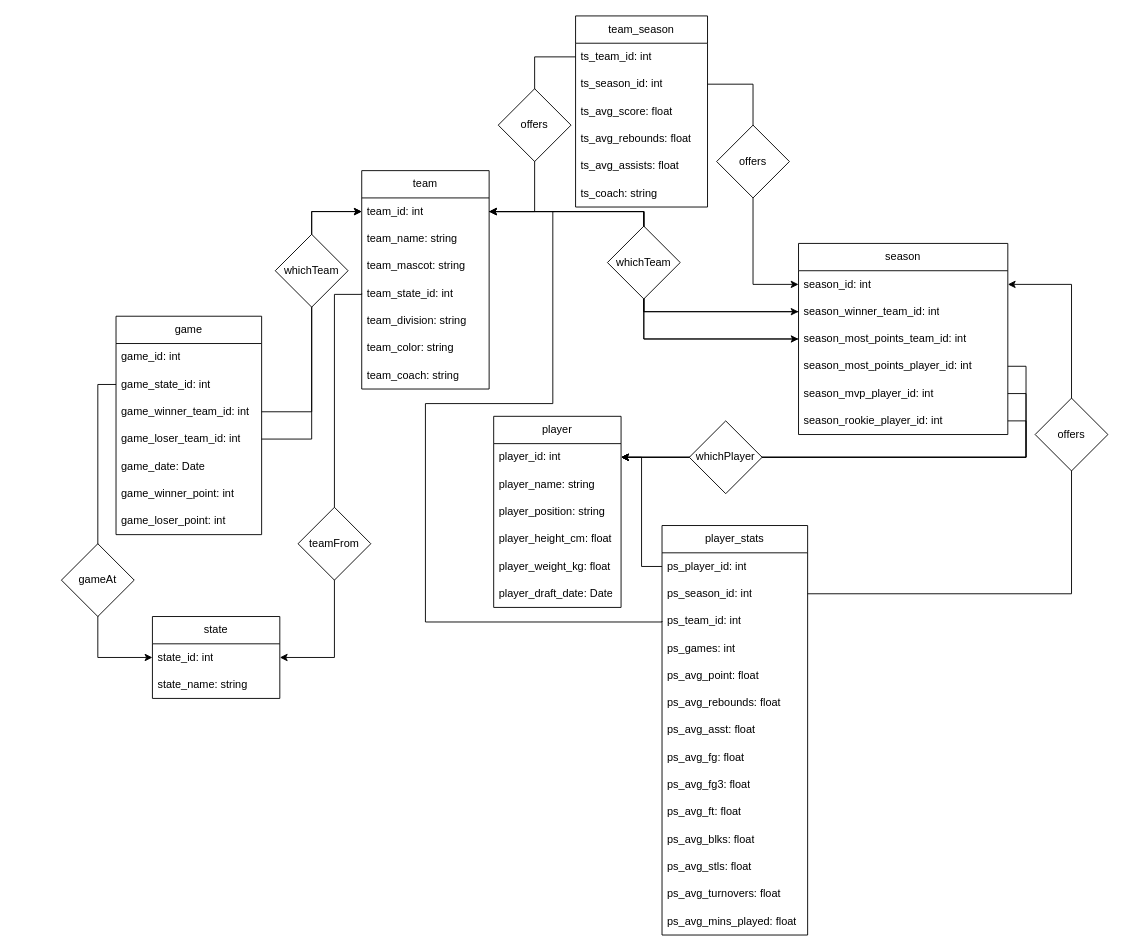
Earlier version of the draw.io diagram er_diagram.drawio (Fin-NewWin/cse111-project). Source tidied: cells renumbered, new cells numbered last; positions are measured from the earlier drawing's top-left corner, leaving out a move shared by most shapes. Both pictures are drawn from the tidied source at 91%, with x=0, y=0 at pixel (61, 15).
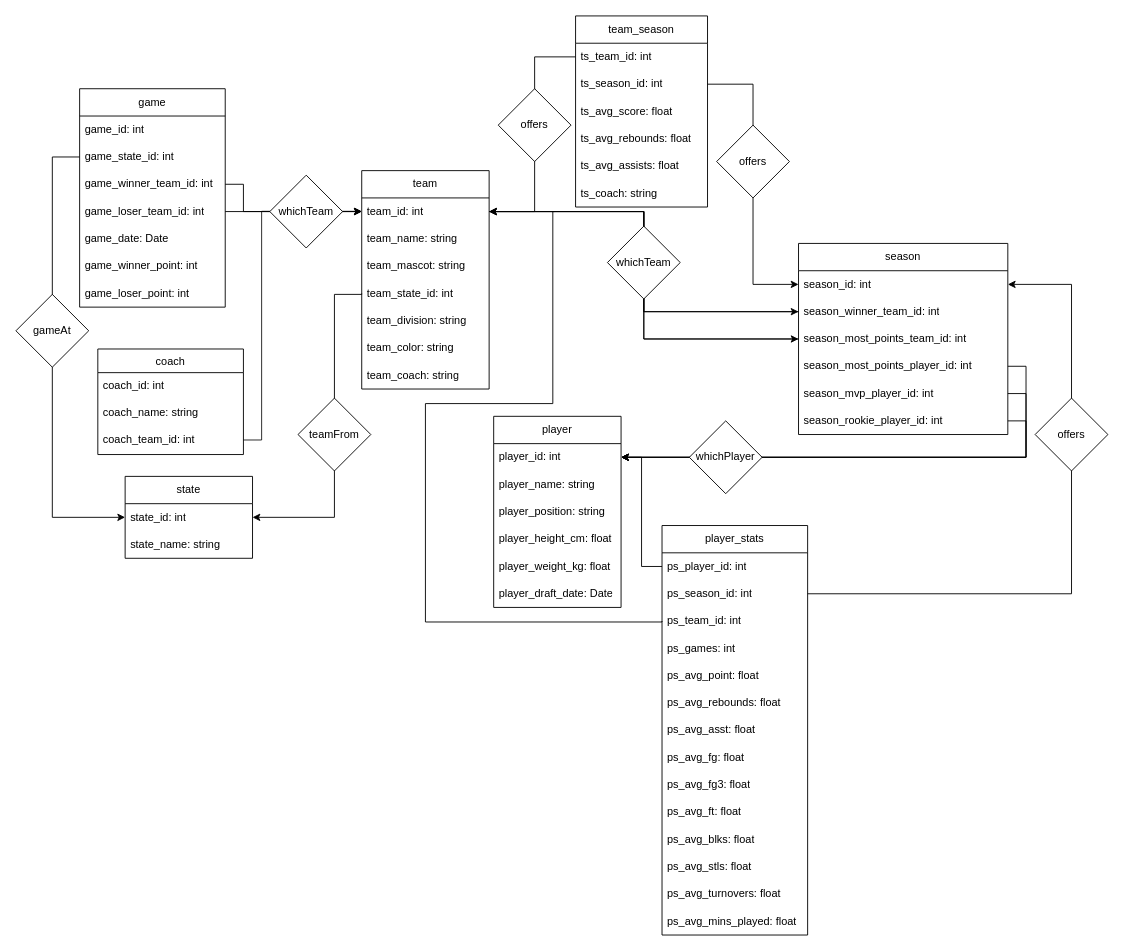
The same diagram, later.

Unchanged cells that the change refers to:
```xml
<mxCell id="3" value="team_id: int" style="text;strokeColor=none;fillColor=none;align=left;verticalAlign=middle;spacingLeft=4;spacingRight=4;overflow=hidden;points=[[0,0.5],[1,0.5]];portConstraint=eastwest;whiteSpace=wrap;html=1;" parent="2" vertex="1">
  <mxGeometry y="30" width="140" height="30" as="geometry" />
</mxCell>
<mxCell id="6" value="team_state_id: int" style="text;strokeColor=none;fillColor=none;align=left;verticalAlign=middle;spacingLeft=4;spacingRight=4;overflow=hidden;points=[[0,0.5],[1,0.5]];portConstraint=eastwest;whiteSpace=wrap;html=1;" parent="2" vertex="1">
  <mxGeometry y="120" width="140" height="30" as="geometry" />
</mxCell>
<mxCell id="19" value="game_state_id: int" style="text;strokeColor=none;fillColor=none;align=left;verticalAlign=middle;spacingLeft=4;spacingRight=4;overflow=hidden;points=[[0,0.5],[1,0.5]];portConstraint=eastwest;whiteSpace=wrap;html=1;" parent="17" vertex="1">
  <mxGeometry y="60" width="160" height="30" as="geometry" />
</mxCell>
<mxCell id="20" value="game_winner_team_id: int" style="text;strokeColor=none;fillColor=none;align=left;verticalAlign=middle;spacingLeft=4;spacingRight=4;overflow=hidden;points=[[0,0.5],[1,0.5]];portConstraint=eastwest;whiteSpace=wrap;html=1;" parent="17" vertex="1">
  <mxGeometry y="90" width="160" height="30" as="geometry" />
</mxCell>
<mxCell id="51" value="state_id: int" style="text;strokeColor=none;fillColor=none;align=left;verticalAlign=middle;spacingLeft=4;spacingRight=4;overflow=hidden;points=[[0,0.5],[1,0.5]];portConstraint=eastwest;whiteSpace=wrap;html=1;" parent="50" vertex="1">
  <mxGeometry y="30" width="140" height="30" as="geometry" />
</mxCell>
```

Diff of the diagram source:
```diff
@@
     <mxCell id="17" value="game" style="swimlane;fontStyle=0;horizontal=1;startSize=30;whiteSpace=wrap;html=1;" parent="1" vertex="1">
-      <mxGeometry x="60" y="330" width="160" height="240" as="geometry" />
+      <mxGeometry x="20" y="80" width="160" height="240" as="geometry" />
     </mxCell>
@@
     <mxCell id="25" style="edgeStyle=orthogonalEdgeStyle;rounded=0;jettySize=auto;html=1;exitX=1;exitY=0.5;exitDx=0;exitDy=0;entryX=0;entryY=0.5;entryDx=0;entryDy=0;" parent="1" edge="1" source="20" target="3">
-      <mxGeometry relative="1" as="geometry" />
+      <mxGeometry relative="1" as="geometry">
+        <Array as="points">
+          <mxPoint x="200" y="185" />
+          <mxPoint x="200" y="215" />
+        </Array>
+      </mxGeometry>
     </mxCell>
@@
     <mxCell id="50" value="state" style="swimlane;fontStyle=0;horizontal=1;startSize=30;whiteSpace=wrap;html=1;" parent="1" vertex="1">
-      <mxGeometry x="100" y="660" width="140" height="90" as="geometry" />
+      <mxGeometry x="70" y="506" width="140" height="90" as="geometry" />
     </mxCell>
@@
     <mxCell id="53" style="edgeStyle=orthogonalEdgeStyle;rounded=0;jettySize=auto;html=1;exitX=0;exitY=0.5;exitDx=0;exitDy=0;entryX=1;entryY=0.5;entryDx=0;entryDy=0;" parent="1" edge="1" source="6" target="51">
       <mxGeometry relative="1" as="geometry">
         <Array as="points">
-          <mxPoint x="330" y="306" />
           <mxPoint x="300" y="306" />
-          <mxPoint x="300" y="705" />
+          <mxPoint x="300" y="551" />
         </Array>
       </mxGeometry>
     </mxCell>
@@
     <mxCell id="70" style="edgeStyle=orthogonalEdgeStyle;rounded=0;jettySize=auto;html=1;exitX=0;exitY=0.5;exitDx=0;exitDy=0;entryX=0;entryY=0.5;entryDx=0;entryDy=0;" parent="1" edge="1" source="19" target="51">
-      <mxGeometry relative="1" as="geometry" />
+      <mxGeometry relative="1" as="geometry">
+        <Array as="points">
+          <mxPoint x="-10" y="155" />
+          <mxPoint x="-10" y="551" />
+        </Array>
+      </mxGeometry>
     </mxCell>
     <mxCell id="71" value="gameAt" style="rhombus;whiteSpace=wrap;html=1;" parent="1" vertex="1">
-      <mxGeometry y="580" width="80" height="80" as="geometry" />
+      <mxGeometry x="-50" y="306" width="80" height="80" as="geometry" />
     </mxCell>
     <mxCell id="72" value="teamFrom" style="rhombus;whiteSpace=wrap;html=1;" parent="1" vertex="1">
-      <mxGeometry x="260" y="540" width="80" height="80" as="geometry" />
+      <mxGeometry x="260" y="420" width="80" height="80" as="geometry" />
     </mxCell>
@@
+    <mxCell id="80" value="offers" style="rhombus;whiteSpace=wrap;html=1;" parent="1" vertex="1">
+      <mxGeometry x="480" y="80" width="80" height="80" as="geometry" />
+    </mxCell>
+    <mxCell id="81" value="coach" style="swimlane;fontStyle=0;horizontal=1;startSize=26;align=center;fontSize=12;" parent="1" vertex="1">
+      <mxGeometry x="40" y="366" width="160" height="116" as="geometry" />
+    </mxCell>
+    <mxCell id="82" value="coach_id: int" style="text;strokeColor=none;fillColor=none;spacingLeft=4;spacingRight=4;overflow=hidden;fontSize=12;whiteSpace=wrap;html=1;" parent="81" vertex="1">
+      <mxGeometry y="26" width="160" height="30" as="geometry" />
+    </mxCell>
+    <mxCell id="83" value="coach_name: string" style="text;strokeColor=none;fillColor=none;spacingLeft=4;spacingRight=4;overflow=hidden;fontSize=12;whiteSpace=wrap;html=1;" parent="81" vertex="1">
+      <mxGeometry y="56" width="160" height="30" as="geometry" />
+    </mxCell>
+    <mxCell id="84" value="coach_team_id: int" style="text;strokeColor=none;fillColor=none;spacingLeft=4;spacingRight=4;overflow=hidden;fontSize=12;whiteSpace=wrap;html=1;" parent="81" vertex="1">
+      <mxGeometry y="86" width="160" height="30" as="geometry" />
+    </mxCell>
+    <mxCell id="85" style="edgeStyle=orthogonalEdgeStyle;rounded=0;orthogonalLoop=1;jettySize=auto;html=1;entryX=0;entryY=0.356;entryDx=0;entryDy=0;entryPerimeter=0;strokeWidth=0.9;" parent="1" edge="1">
+      <mxGeometry relative="1" as="geometry">
+        <mxPoint x="200" y="466" as="sourcePoint" />
+        <mxPoint x="330" y="214.7" as="targetPoint" />
+        <Array as="points">
+          <mxPoint x="220" y="466" />
+          <mxPoint x="220" y="215" />
+        </Array>
+      </mxGeometry>
+    </mxCell>
     <mxCell id="79" value="whichTeam" style="rhombus;whiteSpace=wrap;html=1;" parent="1" vertex="1">
-      <mxGeometry x="235" y="240" width="80" height="80" as="geometry" />
+      <mxGeometry x="229" y="175" width="80" height="80" as="geometry" />
     </mxCell>
-    <mxCell id="80" value="offers" style="rhombus;whiteSpace=wrap;html=1;" parent="1" vertex="1">
-      <mxGeometry x="480" y="80" width="80" height="80" as="geometry" />
-    </mxCell>
```
